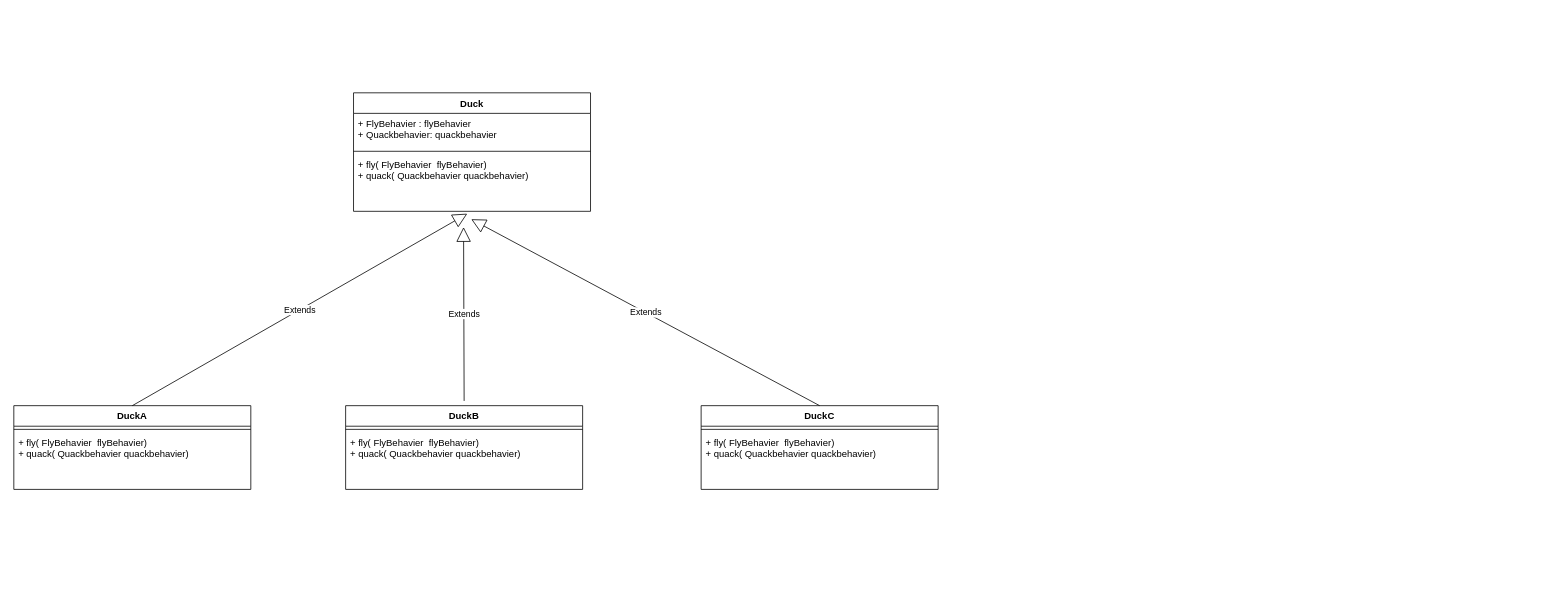
Above: 读书笔记/Head First 设计模式/Head First-策略模式.drawio in 1392456017/draw.io (draw.io), before the change. Source tidied: cells renumbered, new cells numbered last; positions are measured from the earlier drawing's top-left corner, leaving out a move shared by most shapes. Both pictures are drawn from the tidied source at 79%, with x=0, y=0 at pixel (13, 92).
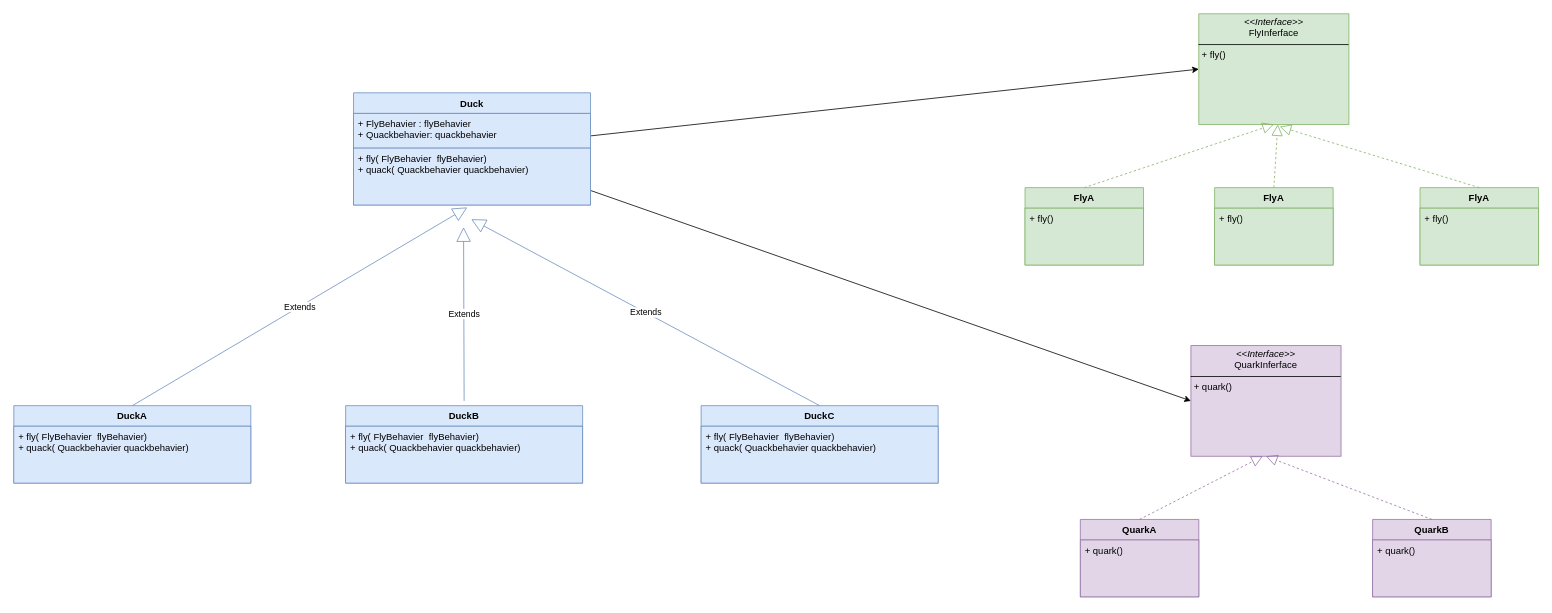
Above is the later version.

Commit message:
更新Head First-策略模式.drawio

Diff of the diagram source:
```diff
@@
+    <mxCell id="18" style="rounded=0;jettySize=auto;html=1;entryX=0;entryY=0.5;entryDx=0;entryDy=0;" parent="1" edge="1" source="2" target="20">
+      <mxGeometry relative="1" as="geometry" />
+    </mxCell>
+    <mxCell id="19" style="rounded=0;jettySize=auto;html=1;entryX=0;entryY=0.5;entryDx=0;entryDy=0;" parent="1" edge="1" source="2" target="21">
+      <mxGeometry relative="1" as="geometry" />
+    </mxCell>
-    <mxCell id="2" value="Duck" style="swimlane;fontStyle=1;align=center;verticalAlign=top;horizontal=1;startSize=26;whiteSpace=wrap;html=1;" parent="1" vertex="1">
-      <mxGeometry x="430" width="300" height="150" as="geometry" />
+    <mxCell id="2" value="Duck" style="swimlane;fontStyle=1;align=center;verticalAlign=top;horizontal=1;startSize=26;whiteSpace=wrap;html=1;fillColor=#dae8fc;strokeColor=#6c8ebf;" parent="1" vertex="1">
+      <mxGeometry x="430" width="300" height="142" as="geometry" />
     </mxCell>
-    <mxCell id="3" value="+ FlyBehavier : flyBehavier&lt;br&gt;+ Quackbehavier: quackbehavier" style="text;strokeColor=none;fillColor=none;align=left;verticalAlign=top;spacingLeft=4;spacingRight=4;overflow=hidden;whiteSpace=wrap;html=1;" parent="2" vertex="1">
+    <mxCell id="3" value="+ FlyBehavier : flyBehavier&lt;br&gt;+ Quackbehavier: quackbehavier" style="text;strokeColor=#6c8ebf;fillColor=#dae8fc;align=left;verticalAlign=top;spacingLeft=4;spacingRight=4;overflow=hidden;whiteSpace=wrap;html=1;" parent="2" vertex="1">
       <mxGeometry y="26" width="300" height="44" as="geometry" />
     </mxCell>
-    <mxCell id="4" style="line;strokeWidth=1;fillColor=none;align=left;verticalAlign=middle;spacingTop=-1;spacingLeft=3;spacingRight=3;labelPosition=right;strokeColor=inherit;" parent="2" vertex="1">
-      <mxGeometry y="70" width="300" height="8" as="geometry" />
-    </mxCell>
-    <mxCell id="5" value="+ fly(&amp;nbsp;FlyBehavier&amp;nbsp; flyBehavier)&lt;br&gt;+ quack( Quackbehavier quackbehavier)" style="text;strokeColor=none;fillColor=none;align=left;verticalAlign=top;spacingLeft=4;spacingRight=4;overflow=hidden;points=[[0,0.5],[1,0.5]];portConstraint=eastwest;whiteSpace=wrap;html=1;" parent="2" vertex="1">
-      <mxGeometry y="78" width="300" height="72" as="geometry" />
+    <mxCell id="5" value="+ fly(&amp;nbsp;FlyBehavier&amp;nbsp; flyBehavier)&lt;br&gt;+ quack( Quackbehavier quackbehavier)" style="text;strokeColor=#6c8ebf;fillColor=#dae8fc;align=left;verticalAlign=top;spacingLeft=4;spacingRight=4;overflow=hidden;points=[[0,0.5],[1,0.5]];portConstraint=eastwest;whiteSpace=wrap;html=1;" parent="2" vertex="1">
+      <mxGeometry y="70" width="300" height="72" as="geometry" />
     </mxCell>
-    <mxCell id="6" value="DuckA" style="swimlane;fontStyle=1;align=center;verticalAlign=top;horizontal=1;startSize=26;whiteSpace=wrap;html=1;" parent="1" vertex="1">
-      <mxGeometry y="396" width="300" height="106" as="geometry" />
+    <mxCell id="6" value="DuckA" style="swimlane;fontStyle=1;align=center;verticalAlign=top;horizontal=1;startSize=26;whiteSpace=wrap;html=1;fillColor=#dae8fc;strokeColor=#6c8ebf;" parent="1" vertex="1">
+      <mxGeometry y="396" width="300" height="98" as="geometry" />
     </mxCell>
-    <mxCell id="7" style="line;strokeWidth=1;fillColor=none;align=left;verticalAlign=middle;spacingTop=-1;spacingLeft=3;spacingRight=3;labelPosition=right;strokeColor=inherit;" parent="6" vertex="1">
-      <mxGeometry y="26" width="300" height="8" as="geometry" />
-    </mxCell>
-    <mxCell id="8" value="+ fly(&amp;nbsp;FlyBehavier&amp;nbsp; flyBehavier)&lt;br&gt;+ quack( Quackbehavier quackbehavier)" style="text;strokeColor=none;fillColor=none;align=left;verticalAlign=top;spacingLeft=4;spacingRight=4;overflow=hidden;whiteSpace=wrap;html=1;" parent="6" vertex="1">
-      <mxGeometry y="34" width="300" height="72" as="geometry" />
+    <mxCell id="8" value="+ fly(&amp;nbsp;FlyBehavier&amp;nbsp; flyBehavier)&lt;br&gt;+ quack( Quackbehavier quackbehavier)" style="text;strokeColor=#6c8ebf;fillColor=#dae8fc;align=left;verticalAlign=top;spacingLeft=4;spacingRight=4;overflow=hidden;whiteSpace=wrap;html=1;" parent="6" vertex="1">
+      <mxGeometry y="26" width="300" height="72" as="geometry" />
     </mxCell>
-    <mxCell id="9" value="DuckB" style="swimlane;fontStyle=1;align=center;verticalAlign=top;horizontal=1;startSize=26;whiteSpace=wrap;html=1;" parent="1" vertex="1">
-      <mxGeometry x="420" y="396" width="300" height="106" as="geometry" />
+    <mxCell id="9" value="DuckB" style="swimlane;fontStyle=1;align=center;verticalAlign=top;horizontal=1;startSize=26;whiteSpace=wrap;html=1;fillColor=#dae8fc;strokeColor=#6c8ebf;" parent="1" vertex="1">
+      <mxGeometry x="420" y="396" width="300" height="98" as="geometry" />
     </mxCell>
-    <mxCell id="10" style="line;strokeWidth=1;fillColor=none;align=left;verticalAlign=middle;spacingTop=-1;spacingLeft=3;spacingRight=3;labelPosition=right;strokeColor=inherit;" parent="9" vertex="1">
-      <mxGeometry y="26" width="300" height="8" as="geometry" />
-    </mxCell>
-    <mxCell id="11" value="+ fly(&amp;nbsp;FlyBehavier&amp;nbsp; flyBehavier)&lt;br&gt;+ quack( Quackbehavier quackbehavier)" style="text;strokeColor=none;fillColor=none;align=left;verticalAlign=top;spacingLeft=4;spacingRight=4;overflow=hidden;whiteSpace=wrap;html=1;" parent="9" vertex="1">
-      <mxGeometry y="34" width="300" height="72" as="geometry" />
+    <mxCell id="11" value="+ fly(&amp;nbsp;FlyBehavier&amp;nbsp; flyBehavier)&lt;br&gt;+ quack( Quackbehavier quackbehavier)" style="text;strokeColor=#6c8ebf;fillColor=#dae8fc;align=left;verticalAlign=top;spacingLeft=4;spacingRight=4;overflow=hidden;whiteSpace=wrap;html=1;" parent="9" vertex="1">
+      <mxGeometry y="26" width="300" height="72" as="geometry" />
     </mxCell>
-    <mxCell id="12" value="DuckC" style="swimlane;fontStyle=1;align=center;verticalAlign=top;horizontal=1;startSize=26;whiteSpace=wrap;html=1;" parent="1" vertex="1">
-      <mxGeometry x="870" y="396" width="300" height="106" as="geometry" />
+    <mxCell id="12" value="DuckC" style="swimlane;fontStyle=1;align=center;verticalAlign=top;horizontal=1;startSize=26;whiteSpace=wrap;html=1;fillColor=#dae8fc;strokeColor=#6c8ebf;" parent="1" vertex="1">
+      <mxGeometry x="870" y="396" width="300" height="98" as="geometry" />
     </mxCell>
-    <mxCell id="13" style="line;strokeWidth=1;fillColor=none;align=left;verticalAlign=middle;spacingTop=-1;spacingLeft=3;spacingRight=3;labelPosition=right;strokeColor=inherit;" parent="12" vertex="1">
-      <mxGeometry y="26" width="300" height="8" as="geometry" />
-    </mxCell>
-    <mxCell id="14" value="+ fly(&amp;nbsp;FlyBehavier&amp;nbsp; flyBehavier)&lt;br&gt;+ quack( Quackbehavier quackbehavier)" style="text;strokeColor=none;fillColor=none;align=left;verticalAlign=top;spacingLeft=4;spacingRight=4;overflow=hidden;whiteSpace=wrap;html=1;" parent="12" vertex="1">
-      <mxGeometry y="34" width="300" height="72" as="geometry" />
+    <mxCell id="14" value="+ fly(&amp;nbsp;FlyBehavier&amp;nbsp; flyBehavier)&lt;br&gt;+ quack( Quackbehavier quackbehavier)" style="text;strokeColor=#6c8ebf;fillColor=#dae8fc;align=left;verticalAlign=top;spacingLeft=4;spacingRight=4;overflow=hidden;whiteSpace=wrap;html=1;" parent="12" vertex="1">
+      <mxGeometry y="26" width="300" height="72" as="geometry" />
     </mxCell>
-    <mxCell id="15" value="Extends" style="endArrow=block;endSize=16;endFill=0;html=1;rounded=0;exitX=0.5;exitY=0;exitDx=0;exitDy=0;entryX=0.48;entryY=1.042;entryDx=0;entryDy=0;entryPerimeter=0;" parent="1" edge="1" source="6" target="5">
+    <mxCell id="15" value="Extends" style="endArrow=block;endSize=16;endFill=0;html=1;rounded=0;exitX=0.5;exitY=0;exitDx=0;exitDy=0;entryX=0.48;entryY=1.042;entryDx=0;entryDy=0;entryPerimeter=0;fillColor=#dae8fc;strokeColor=#6c8ebf;" parent="1" edge="1" source="6" target="5">
       <mxGeometry relative="1" as="geometry" />
     </mxCell>
-    <mxCell id="16" value="Extends" style="endArrow=block;endSize=16;endFill=0;html=1;rounded=0;" parent="1" edge="1">
+    <mxCell id="16" value="Extends" style="endArrow=block;endSize=16;endFill=0;html=1;rounded=0;fillColor=#dae8fc;strokeColor=#6c8ebf;" parent="1" edge="1">
       <mxGeometry relative="1" as="geometry">
         <mxPoint x="570" y="390" as="sourcePoint" />
         <mxPoint x="569.3" y="170" as="targetPoint" />
       </mxGeometry>
     </mxCell>
-    <mxCell id="17" value="Extends" style="endArrow=block;endSize=16;endFill=0;html=1;rounded=0;exitX=0.5;exitY=0;exitDx=0;exitDy=0;" parent="1" edge="1" source="12">
+    <mxCell id="17" value="Extends" style="endArrow=block;endSize=16;endFill=0;html=1;rounded=0;exitX=0.5;exitY=0;exitDx=0;exitDy=0;fillColor=#dae8fc;strokeColor=#6c8ebf;" parent="1" edge="1" source="12">
       <mxGeometry relative="1" as="geometry">
         <mxPoint x="579" y="160" as="targetPoint" />
       </mxGeometry>
     </mxCell>
+    <mxCell id="20" value="&lt;p style=&quot;margin:0px;margin-top:4px;text-align:center;&quot;&gt;&lt;i&gt;&amp;lt;&amp;lt;Interface&amp;gt;&amp;gt;&lt;/i&gt;&lt;br&gt;FlyInferface&lt;br&gt;&lt;/p&gt;&lt;hr size=&quot;1&quot; style=&quot;border-style:solid;&quot;&gt;&lt;p style=&quot;margin:0px;margin-left:4px;&quot;&gt;&lt;span style=&quot;background-color: initial;&quot;&gt;+ fly()&lt;/span&gt;&lt;/p&gt;" style="verticalAlign=top;align=left;overflow=fill;html=1;whiteSpace=wrap;fillColor=#d5e8d4;strokeColor=#82b366;" parent="1" vertex="1">
+      <mxGeometry x="1500" y="-100" width="190" height="140" as="geometry" />
+    </mxCell>
+    <mxCell id="21" value="&lt;p style=&quot;margin:0px;margin-top:4px;text-align:center;&quot;&gt;&lt;i&gt;&amp;lt;&amp;lt;Interface&amp;gt;&amp;gt;&lt;/i&gt;&lt;br&gt;QuarkInferface&lt;br&gt;&lt;/p&gt;&lt;hr size=&quot;1&quot; style=&quot;border-style:solid;&quot;&gt;&lt;p style=&quot;margin:0px;margin-left:4px;&quot;&gt;&lt;span style=&quot;background-color: initial;&quot;&gt;+ quark()&lt;/span&gt;&lt;/p&gt;" style="verticalAlign=top;align=left;overflow=fill;html=1;whiteSpace=wrap;fillColor=#e1d5e7;strokeColor=#9673a6;" parent="1" vertex="1">
+      <mxGeometry x="1490" y="320" width="190" height="140" as="geometry" />
+    </mxCell>
+    <mxCell id="22" value="FlyA" style="swimlane;fontStyle=1;align=center;verticalAlign=top;horizontal=1;startSize=26;whiteSpace=wrap;html=1;fillColor=#d5e8d4;strokeColor=#82b366;" parent="1" vertex="1">
+      <mxGeometry x="1280" y="120" width="150" height="98" as="geometry" />
+    </mxCell>
+    <mxCell id="23" value="+ fly()" style="text;strokeColor=#82b366;fillColor=#d5e8d4;align=left;verticalAlign=top;spacingLeft=4;spacingRight=4;overflow=hidden;whiteSpace=wrap;html=1;" parent="22" vertex="1">
+      <mxGeometry y="26" width="150" height="72" as="geometry" />
+    </mxCell>
+    <mxCell id="24" value="FlyA" style="swimlane;fontStyle=1;align=center;verticalAlign=top;horizontal=1;startSize=26;whiteSpace=wrap;html=1;fillColor=#d5e8d4;strokeColor=#82b366;" parent="1" vertex="1">
+      <mxGeometry x="1780" y="120" width="150" height="98" as="geometry" />
+    </mxCell>
+    <mxCell id="25" value="+ fly()" style="text;strokeColor=#82b366;fillColor=#d5e8d4;align=left;verticalAlign=top;spacingLeft=4;spacingRight=4;overflow=hidden;whiteSpace=wrap;html=1;" parent="24" vertex="1">
+      <mxGeometry y="26" width="150" height="72" as="geometry" />
+    </mxCell>
+    <mxCell id="26" value="FlyA" style="swimlane;fontStyle=1;align=center;verticalAlign=top;horizontal=1;startSize=26;whiteSpace=wrap;html=1;fillColor=#d5e8d4;strokeColor=#82b366;" parent="1" vertex="1">
+      <mxGeometry x="1520" y="120" width="150" height="98" as="geometry" />
+    </mxCell>
+    <mxCell id="27" value="+ fly()" style="text;strokeColor=#82b366;fillColor=#d5e8d4;align=left;verticalAlign=top;spacingLeft=4;spacingRight=4;overflow=hidden;whiteSpace=wrap;html=1;" parent="26" vertex="1">
+      <mxGeometry y="26" width="150" height="72" as="geometry" />
+    </mxCell>
+    <mxCell id="28" style="endArrow=block;dashed=1;endFill=0;endSize=12;html=1;rounded=0;exitX=0.5;exitY=0;exitDx=0;exitDy=0;entryX=0.5;entryY=1;entryDx=0;entryDy=0;fillColor=#d5e8d4;strokeColor=#82b366;" parent="1" edge="1" source="22" target="20">
+      <mxGeometry relative="1" as="geometry" />
+    </mxCell>
+    <mxCell id="29" style="endArrow=block;dashed=1;endFill=0;endSize=12;html=1;rounded=0;exitX=0.5;exitY=0;exitDx=0;exitDy=0;entryX=0.5;entryY=1;entryDx=0;entryDy=0;fillColor=#d5e8d4;strokeColor=#82b366;" parent="1" edge="1" source="26">
+      <mxGeometry relative="1" as="geometry">
+        <mxPoint x="1600" y="40" as="targetPoint" />
+      </mxGeometry>
+    </mxCell>
+    <mxCell id="30" style="endArrow=block;dashed=1;endFill=0;endSize=12;html=1;rounded=0;exitX=0.5;exitY=0;exitDx=0;exitDy=0;entryX=0.539;entryY=1.02;entryDx=0;entryDy=0;entryPerimeter=0;fillColor=#d5e8d4;strokeColor=#82b366;" parent="1" edge="1" source="24" target="20">
+      <mxGeometry relative="1" as="geometry" />
+    </mxCell>
+    <mxCell id="31" value="QuarkA" style="swimlane;fontStyle=1;align=center;verticalAlign=top;horizontal=1;startSize=26;whiteSpace=wrap;html=1;fillColor=#e1d5e7;strokeColor=#9673a6;" parent="1" vertex="1">
+      <mxGeometry x="1350" y="540" width="150" height="98" as="geometry" />
+    </mxCell>
+    <mxCell id="32" value="+ quark()" style="text;strokeColor=#9673a6;fillColor=#e1d5e7;align=left;verticalAlign=top;spacingLeft=4;spacingRight=4;overflow=hidden;whiteSpace=wrap;html=1;" parent="31" vertex="1">
+      <mxGeometry y="26" width="150" height="72" as="geometry" />
+    </mxCell>
+    <mxCell id="33" value="QuarkB" style="swimlane;fontStyle=1;align=center;verticalAlign=top;horizontal=1;startSize=26;whiteSpace=wrap;html=1;fillColor=#e1d5e7;strokeColor=#9673a6;" parent="1" vertex="1">
+      <mxGeometry x="1720" y="540" width="150" height="98" as="geometry" />
+    </mxCell>
+    <mxCell id="34" value="+ quark()" style="text;strokeColor=#9673a6;fillColor=#e1d5e7;align=left;verticalAlign=top;spacingLeft=4;spacingRight=4;overflow=hidden;whiteSpace=wrap;html=1;" parent="33" vertex="1">
+      <mxGeometry y="26" width="150" height="72" as="geometry" />
+    </mxCell>
+    <mxCell id="35" style="endArrow=block;dashed=1;endFill=0;endSize=12;html=1;rounded=0;exitX=0.5;exitY=0;exitDx=0;exitDy=0;entryX=0.5;entryY=1;entryDx=0;entryDy=0;fillColor=#e1d5e7;strokeColor=#9673a6;" parent="1" edge="1" source="31">
+      <mxGeometry relative="1" as="geometry">
+        <mxPoint x="1581" y="460" as="targetPoint" />
+      </mxGeometry>
+    </mxCell>
+    <mxCell id="36" style="endArrow=block;dashed=1;endFill=0;endSize=12;html=1;rounded=0;exitX=0.5;exitY=0;exitDx=0;exitDy=0;entryX=0.5;entryY=1;entryDx=0;entryDy=0;fillColor=#e1d5e7;strokeColor=#9673a6;" parent="1" edge="1" source="33" target="21">
+      <mxGeometry relative="1" as="geometry" />
+    </mxCell>
```
